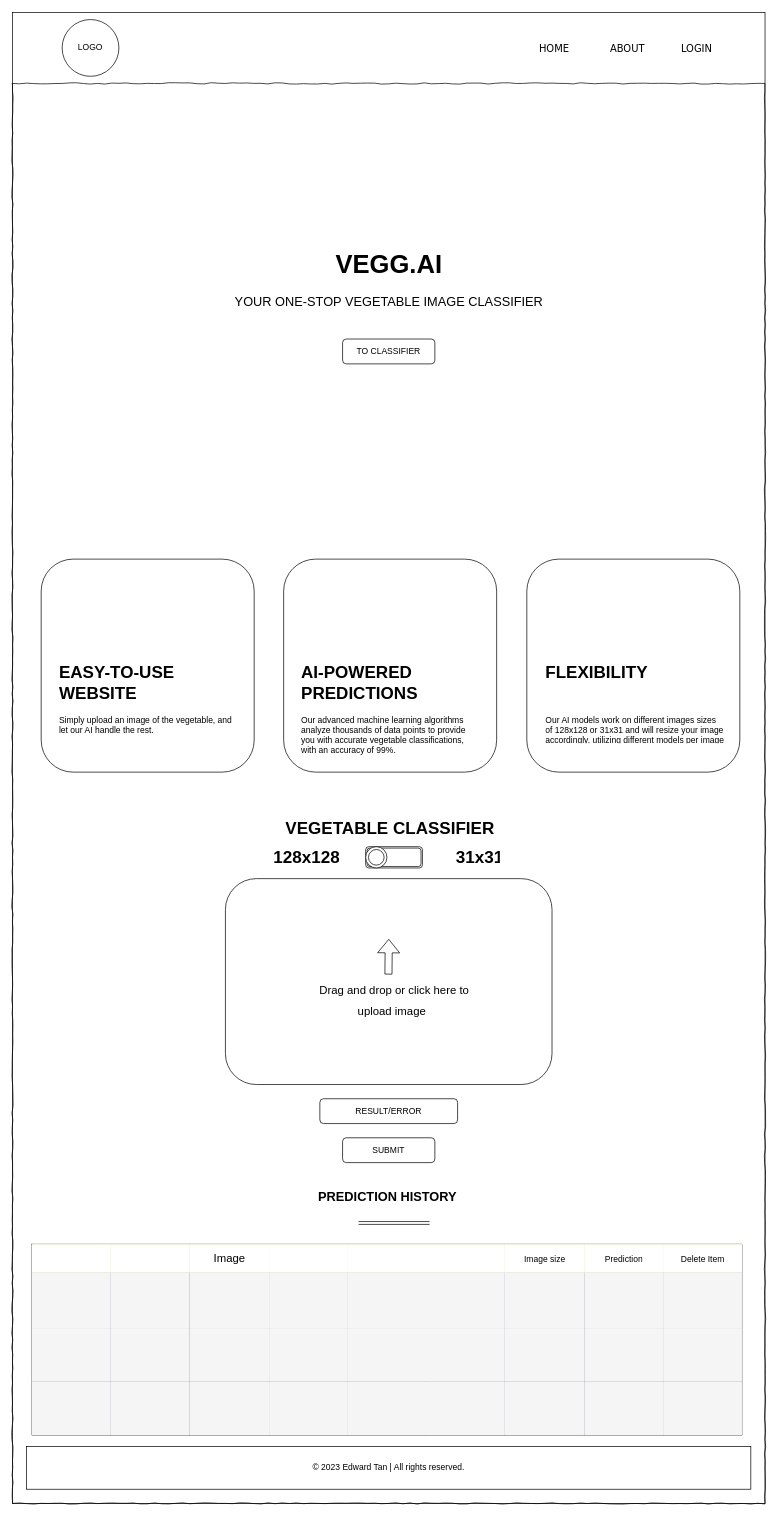
Above: wireframes/2214407_CA2_INDEX.drawio in Edw4rd14/VEGG.AI (draw.io), before the change. Source tidied: cells renumbered, new cells numbered last; positions are measured from the earlier drawing's top-left corner, leaving out a move shared by most shapes. Both pictures are drawn from the tidied source at 71%, with x=0, y=0 at pixel (12, 12).
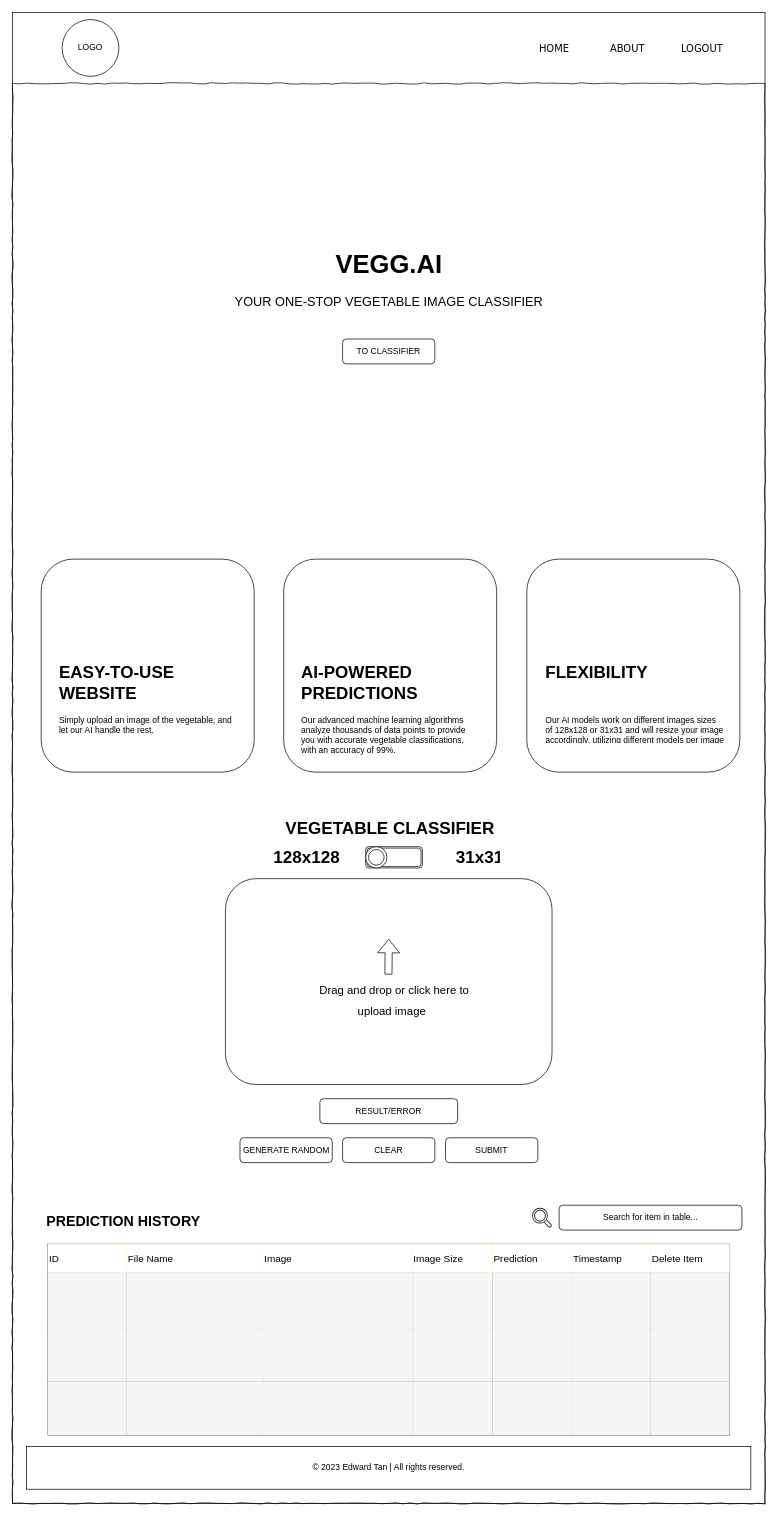
The same diagram, later.

Diff of the diagram source:
```diff
@@
-    <mxCell id="5" value="LOGIN" style="text;html=1;align=left;verticalAlign=top;spacingTop=-4;fontSize=14;fontFamily=Verdana;" parent="1" vertex="1">
+    <mxCell id="5" value="LOGOUT" style="text;html=1;align=left;verticalAlign=top;spacingTop=-4;fontSize=14;fontFamily=Verdana;" parent="1" vertex="1">
       <mxGeometry x="940" y="40" width="60" height="20" as="geometry" />
     </mxCell>
@@
     <mxCell id="9" value="SUBMIT" style="rounded=1;whiteSpace=wrap;html=1;" parent="1" vertex="1">
-      <mxGeometry x="465" y="1585" width="130" height="35" as="geometry" />
+      <mxGeometry x="610" y="1585" width="130" height="35" as="geometry" />
     </mxCell>
@@
-    <mxCell id="16" value="&lt;font style=&quot;font-size: 18px;&quot; face=&quot;Helvetica&quot;&gt;&lt;b&gt;PREDICTION HISTORY&lt;/b&gt;&lt;/font&gt;" style="text;html=1;align=center;verticalAlign=top;spacingTop=-4;fontSize=14;fontFamily=Verdana;" parent="1" vertex="1">
-      <mxGeometry x="432.5" y="1655" width="190" height="20" as="geometry" />
+    <mxCell id="16" value="&lt;font size=&quot;1&quot; style=&quot;&quot; face=&quot;Helvetica&quot;&gt;&lt;b style=&quot;font-size: 20px;&quot;&gt;PREDICTION HISTORY&lt;/b&gt;&lt;/font&gt;" style="text;html=1;align=center;verticalAlign=top;spacingTop=-4;fontSize=18;fontFamily=Verdana;" parent="1" vertex="1">
+      <mxGeometry x="60.5" y="1687.5" width="190" height="20" as="geometry" />
     </mxCell>
-    <mxCell id="17" style="shape=link;html=1;rounded=0;" parent="1" edge="1">
-      <mxGeometry relative="1" as="geometry">
-        <mxPoint x="487.5" y="1705" as="sourcePoint" />
-        <mxPoint x="587.5" y="1705" as="targetPoint" />
-      </mxGeometry>
-    </mxCell>
     <mxCell id="18" style="shape=table;startSize=0;childLayout=tableLayout;fontSize=16;fillColor=#cce5ff;strokeColor=#36393d;" parent="1" vertex="1">
-      <mxGeometry x="27.5" y="1735" width="1000" height="269" as="geometry" />
+      <mxGeometry x="50" y="1735" width="960" height="269" as="geometry" />
     </mxCell>
     <mxCell id="19" style="shape=tableRow;horizontal=0;startSize=0;swimlaneHead=0;swimlaneBody=0;strokeColor=#36393d;top=0;left=0;bottom=0;right=0;fillColor=#cdeb8b;fontSize=16;" parent="18" vertex="1">
-      <mxGeometry width="1000" height="40" as="geometry" />
+      <mxGeometry width="960" height="40" as="geometry" />
     </mxCell>
-    <mxCell id="20" style="shape=partialRectangle;html=1;whiteSpace=wrap;overflow=hidden;top=0;left=0;bottom=0;right=0;fontSize=12;verticalAlign=middle;horizontal=1;labelPosition=center;verticalLabelPosition=middle;align=center;" parent="19" vertex="1">
+    <mxCell id="20" value="ID" style="shape=partialRectangle;html=1;whiteSpace=wrap;overflow=hidden;top=0;left=0;bottom=0;right=0;fontSize=14;verticalAlign=middle;horizontal=1;labelPosition=center;verticalLabelPosition=middle;align=left;" parent="19" vertex="1">
       <mxGeometry width="111" height="40" as="geometry" />
     </mxCell>
-    <mxCell id="21" style="shape=partialRectangle;html=1;whiteSpace=wrap;overflow=hidden;top=0;left=0;bottom=0;right=0;fontSize=16;" parent="19" vertex="1">
-      <mxGeometry x="111" width="111" height="40" as="geometry" />
+    <mxCell id="21" value="File Name" style="shape=partialRectangle;html=1;whiteSpace=wrap;overflow=hidden;top=0;left=0;bottom=0;right=0;fontSize=14;align=left;" parent="19" vertex="1">
+      <mxGeometry x="111" width="192" height="40" as="geometry" />
     </mxCell>
-    <mxCell id="22" value="Image" style="shape=partialRectangle;html=1;whiteSpace=wrap;overflow=hidden;top=0;left=0;bottom=0;right=0;fontSize=16;" parent="19" vertex="1">
-      <mxGeometry x="222" width="112" height="40" as="geometry" />
+    <mxCell id="22" value="Image" style="shape=partialRectangle;html=1;whiteSpace=wrap;overflow=hidden;top=0;left=0;bottom=0;right=0;fontSize=14;align=left;" parent="19" vertex="1">
+      <mxGeometry x="303" width="210" height="40" as="geometry" />
     </mxCell>
-    <mxCell id="23" style="shape=partialRectangle;html=1;whiteSpace=wrap;overflow=hidden;top=0;left=0;bottom=0;right=0;fontSize=16;" parent="19" vertex="1">
-      <mxGeometry x="334" width="111" height="40" as="geometry" />
+    <mxCell id="23" value="Image Size" style="shape=partialRectangle;html=1;whiteSpace=wrap;overflow=hidden;top=0;left=0;bottom=0;right=0;fontSize=14;align=left;" parent="19" vertex="1">
+      <mxGeometry x="513" width="113" height="40" as="geometry" />
     </mxCell>
-    <mxCell id="24" style="shape=partialRectangle;html=1;whiteSpace=wrap;overflow=hidden;top=0;left=0;bottom=0;right=0;fontSize=16;" parent="19" vertex="1">
-      <mxGeometry x="445" width="110" height="40" as="geometry" />
-    </mxCell>
-    <mxCell id="25" style="shape=partialRectangle;html=1;whiteSpace=wrap;overflow=hidden;top=0;left=0;bottom=0;right=0;fontSize=16;" parent="19" vertex="1">
-      <mxGeometry x="555" width="111" height="40" as="geometry" />
-    </mxCell>
-    <mxCell id="26" value="&lt;font style=&quot;font-size: 12px;&quot;&gt;Image size&lt;/font&gt;" style="shape=partialRectangle;html=1;whiteSpace=wrap;overflow=hidden;top=0;left=0;bottom=0;right=0;fontSize=16;" parent="19" vertex="1">
-      <mxGeometry x="666" width="112" height="40" as="geometry" />
+    <mxCell id="26" value="&lt;font style=&quot;font-size: 14px;&quot;&gt;Prediction&lt;/font&gt;" style="shape=partialRectangle;html=1;whiteSpace=wrap;overflow=hidden;top=0;left=0;bottom=0;right=0;fontSize=14;align=left;" parent="19" vertex="1">
+      <mxGeometry x="626" width="112" height="40" as="geometry" />
     </mxCell>
-    <mxCell id="27" value="&lt;font style=&quot;font-size: 12px;&quot;&gt;Prediction&lt;/font&gt;" style="shape=partialRectangle;html=1;whiteSpace=wrap;overflow=hidden;top=0;left=0;bottom=0;right=0;fontSize=16;" parent="19" vertex="1">
-      <mxGeometry x="778" width="111" height="40" as="geometry" />
+    <mxCell id="27" value="&lt;font style=&quot;font-size: 14px;&quot;&gt;Timestamp&lt;/font&gt;" style="shape=partialRectangle;html=1;whiteSpace=wrap;overflow=hidden;top=0;left=0;bottom=0;right=0;fontSize=14;align=left;" parent="19" vertex="1">
+      <mxGeometry x="738" width="111" height="40" as="geometry" />
     </mxCell>
-    <mxCell id="28" value="&lt;font style=&quot;font-size: 12px;&quot;&gt;Delete Item&lt;/font&gt;" style="shape=partialRectangle;html=1;whiteSpace=wrap;overflow=hidden;top=0;left=0;bottom=0;right=0;fontSize=16;" parent="19" vertex="1">
-      <mxGeometry x="889" width="111" height="40" as="geometry" />
+    <mxCell id="28" value="&lt;font style=&quot;font-size: 14px;&quot;&gt;Delete Item&lt;/font&gt;" style="shape=partialRectangle;html=1;whiteSpace=wrap;overflow=hidden;top=0;left=0;bottom=0;right=0;fontSize=14;align=left;" parent="19" vertex="1">
+      <mxGeometry x="849" width="111" height="40" as="geometry" />
     </mxCell>
     <mxCell id="29" style="shape=tableRow;horizontal=0;startSize=0;swimlaneHead=0;swimlaneBody=0;strokeColor=inherit;top=0;left=0;bottom=0;right=0;fillColor=none;fontSize=16;" parent="18" vertex="1">
-      <mxGeometry y="40" width="1000" height="78" as="geometry" />
+      <mxGeometry y="40" width="960" height="78" as="geometry" />
     </mxCell>
@@
     <mxCell id="31" style="shape=partialRectangle;html=1;whiteSpace=wrap;strokeColor=#666666;overflow=hidden;fillColor=#f5f5f5;top=0;left=0;bottom=0;right=0;fontSize=16;fontColor=#333333;" parent="29" vertex="1">
-      <mxGeometry x="111" width="111" height="78" as="geometry" />
+      <mxGeometry x="111" width="192" height="78" as="geometry" />
     </mxCell>
     <mxCell id="32" style="shape=partialRectangle;html=1;whiteSpace=wrap;strokeColor=#666666;overflow=hidden;fillColor=#f5f5f5;top=0;left=0;bottom=0;right=0;fontSize=16;fontColor=#333333;" parent="29" vertex="1">
-      <mxGeometry x="222" width="112" height="78" as="geometry" />
+      <mxGeometry x="303" width="210" height="78" as="geometry" />
     </mxCell>
     <mxCell id="33" style="shape=partialRectangle;html=1;whiteSpace=wrap;strokeColor=#666666;overflow=hidden;fillColor=#f5f5f5;top=0;left=0;bottom=0;right=0;fontSize=16;fontColor=#333333;" parent="29" vertex="1">
-      <mxGeometry x="334" width="111" height="78" as="geometry" />
+      <mxGeometry x="513" width="113" height="78" as="geometry" />
     </mxCell>
-    <mxCell id="34" style="shape=partialRectangle;html=1;whiteSpace=wrap;strokeColor=#666666;overflow=hidden;fillColor=#f5f5f5;top=0;left=0;bottom=0;right=0;fontSize=16;fontColor=#333333;" parent="29" vertex="1">
-      <mxGeometry x="445" width="110" height="78" as="geometry" />
-    </mxCell>
-    <mxCell id="35" style="shape=partialRectangle;html=1;whiteSpace=wrap;strokeColor=#666666;overflow=hidden;fillColor=#f5f5f5;top=0;left=0;bottom=0;right=0;fontSize=16;fontColor=#333333;" parent="29" vertex="1">
-      <mxGeometry x="555" width="111" height="78" as="geometry" />
-    </mxCell>
     <mxCell id="36" style="shape=partialRectangle;html=1;whiteSpace=wrap;strokeColor=#666666;overflow=hidden;fillColor=#f5f5f5;top=0;left=0;bottom=0;right=0;fontSize=16;fontColor=#333333;" parent="29" vertex="1">
-      <mxGeometry x="666" width="112" height="78" as="geometry" />
+      <mxGeometry x="626" width="112" height="78" as="geometry" />
     </mxCell>
     <mxCell id="37" style="shape=partialRectangle;html=1;whiteSpace=wrap;strokeColor=#666666;overflow=hidden;fillColor=#f5f5f5;top=0;left=0;bottom=0;right=0;fontSize=16;fontColor=#333333;" parent="29" vertex="1">
-      <mxGeometry x="778" width="111" height="78" as="geometry" />
+      <mxGeometry x="738" width="111" height="78" as="geometry" />
     </mxCell>
     <mxCell id="38" style="shape=partialRectangle;html=1;whiteSpace=wrap;strokeColor=#666666;overflow=hidden;fillColor=#f5f5f5;top=0;left=0;bottom=0;right=0;fontSize=16;fontColor=#333333;" parent="29" vertex="1">
-      <mxGeometry x="889" width="111" height="78" as="geometry" />
+      <mxGeometry x="849" width="111" height="78" as="geometry" />
     </mxCell>
     <mxCell id="39" style="shape=tableRow;horizontal=0;startSize=0;swimlaneHead=0;swimlaneBody=0;strokeColor=inherit;top=0;left=0;bottom=0;right=0;fillColor=none;fontSize=16;" parent="18" vertex="1">
-      <mxGeometry y="118" width="1000" height="75" as="geometry" />
+      <mxGeometry y="118" width="960" height="75" as="geometry" />
     </mxCell>
@@
     <mxCell id="41" style="shape=partialRectangle;html=1;whiteSpace=wrap;strokeColor=#666666;overflow=hidden;fillColor=#f5f5f5;top=0;left=0;bottom=0;right=0;fontSize=16;fontColor=#333333;" parent="39" vertex="1">
-      <mxGeometry x="111" width="111" height="75" as="geometry" />
+      <mxGeometry x="111" width="192" height="75" as="geometry" />
     </mxCell>
     <mxCell id="42" style="shape=partialRectangle;html=1;whiteSpace=wrap;strokeColor=#666666;overflow=hidden;fillColor=#f5f5f5;top=0;left=0;bottom=0;right=0;fontSize=16;fontColor=#333333;" parent="39" vertex="1">
-      <mxGeometry x="222" width="112" height="75" as="geometry" />
+      <mxGeometry x="303" width="210" height="75" as="geometry" />
     </mxCell>
     <mxCell id="43" style="shape=partialRectangle;html=1;whiteSpace=wrap;strokeColor=#666666;overflow=hidden;fillColor=#f5f5f5;top=0;left=0;bottom=0;right=0;fontSize=16;fontColor=#333333;" parent="39" vertex="1">
-      <mxGeometry x="334" width="111" height="75" as="geometry" />
+      <mxGeometry x="513" width="113" height="75" as="geometry" />
     </mxCell>
-    <mxCell id="44" style="shape=partialRectangle;html=1;whiteSpace=wrap;strokeColor=#666666;overflow=hidden;fillColor=#f5f5f5;top=0;left=0;bottom=0;right=0;fontSize=16;fontColor=#333333;" parent="39" vertex="1">
-      <mxGeometry x="445" width="110" height="75" as="geometry" />
-    </mxCell>
-    <mxCell id="45" style="shape=partialRectangle;html=1;whiteSpace=wrap;strokeColor=#666666;overflow=hidden;fillColor=#f5f5f5;top=0;left=0;bottom=0;right=0;fontSize=16;fontColor=#333333;" parent="39" vertex="1">
-      <mxGeometry x="555" width="111" height="75" as="geometry" />
-    </mxCell>
     <mxCell id="46" style="shape=partialRectangle;html=1;whiteSpace=wrap;strokeColor=#666666;overflow=hidden;fillColor=#f5f5f5;top=0;left=0;bottom=0;right=0;fontSize=16;fontColor=#333333;" parent="39" vertex="1">
-      <mxGeometry x="666" width="112" height="75" as="geometry" />
+      <mxGeometry x="626" width="112" height="75" as="geometry" />
     </mxCell>
     <mxCell id="47" style="shape=partialRectangle;html=1;whiteSpace=wrap;strokeColor=#666666;overflow=hidden;fillColor=#f5f5f5;top=0;left=0;bottom=0;right=0;fontSize=16;fontColor=#333333;" parent="39" vertex="1">
-      <mxGeometry x="778" width="111" height="75" as="geometry" />
+      <mxGeometry x="738" width="111" height="75" as="geometry" />
     </mxCell>
     <mxCell id="48" style="shape=partialRectangle;html=1;whiteSpace=wrap;strokeColor=#666666;overflow=hidden;fillColor=#f5f5f5;top=0;left=0;bottom=0;right=0;fontSize=16;fontColor=#333333;" parent="39" vertex="1">
-      <mxGeometry x="889" width="111" height="75" as="geometry" />
+      <mxGeometry x="849" width="111" height="75" as="geometry" />
     </mxCell>
     <mxCell id="49" style="shape=tableRow;horizontal=0;startSize=0;swimlaneHead=0;swimlaneBody=0;strokeColor=inherit;top=0;left=0;bottom=0;right=0;fillColor=none;fontSize=16;" parent="18" vertex="1">
-      <mxGeometry y="193" width="1000" height="76" as="geometry" />
+      <mxGeometry y="193" width="960" height="76" as="geometry" />
     </mxCell>
@@
     <mxCell id="51" style="shape=partialRectangle;html=1;whiteSpace=wrap;strokeColor=#666666;overflow=hidden;fillColor=#f5f5f5;top=0;left=0;bottom=0;right=0;fontSize=16;fontColor=#333333;" parent="49" vertex="1">
-      <mxGeometry x="111" width="111" height="76" as="geometry" />
+      <mxGeometry x="111" width="192" height="76" as="geometry" />
     </mxCell>
     <mxCell id="52" style="shape=partialRectangle;html=1;whiteSpace=wrap;strokeColor=#666666;overflow=hidden;fillColor=#f5f5f5;top=0;left=0;bottom=0;right=0;fontSize=16;fontColor=#333333;" parent="49" vertex="1">
-      <mxGeometry x="222" width="112" height="76" as="geometry" />
+      <mxGeometry x="303" width="210" height="76" as="geometry" />
     </mxCell>
     <mxCell id="53" style="shape=partialRectangle;html=1;whiteSpace=wrap;strokeColor=#666666;overflow=hidden;fillColor=#f5f5f5;top=0;left=0;bottom=0;right=0;fontSize=16;fontColor=#333333;" parent="49" vertex="1">
-      <mxGeometry x="334" width="111" height="76" as="geometry" />
+      <mxGeometry x="513" width="113" height="76" as="geometry" />
     </mxCell>
-    <mxCell id="54" style="shape=partialRectangle;html=1;whiteSpace=wrap;strokeColor=#666666;overflow=hidden;fillColor=#f5f5f5;top=0;left=0;bottom=0;right=0;fontSize=16;fontColor=#333333;" parent="49" vertex="1">
-      <mxGeometry x="445" width="110" height="76" as="geometry" />
-    </mxCell>
-    <mxCell id="55" style="shape=partialRectangle;html=1;whiteSpace=wrap;overflow=hidden;top=0;left=0;bottom=0;right=0;fontSize=16;fillColor=#f5f5f5;fontColor=#333333;strokeColor=#666666;" parent="49" vertex="1">
-      <mxGeometry x="555" width="111" height="76" as="geometry" />
-    </mxCell>
     <mxCell id="56" style="shape=partialRectangle;html=1;whiteSpace=wrap;overflow=hidden;top=0;left=0;bottom=0;right=0;fontSize=16;fillColor=#f5f5f5;fontColor=#333333;strokeColor=#666666;" parent="49" vertex="1">
-      <mxGeometry x="666" width="112" height="76" as="geometry" />
+      <mxGeometry x="626" width="112" height="76" as="geometry" />
     </mxCell>
     <mxCell id="57" style="shape=partialRectangle;html=1;whiteSpace=wrap;overflow=hidden;top=0;left=0;bottom=0;right=0;fontSize=16;fillColor=#f5f5f5;fontColor=#333333;strokeColor=#666666;" parent="49" vertex="1">
-      <mxGeometry x="778" width="111" height="76" as="geometry" />
+      <mxGeometry x="738" width="111" height="76" as="geometry" />
     </mxCell>
     <mxCell id="58" style="shape=partialRectangle;html=1;whiteSpace=wrap;overflow=hidden;top=0;left=0;bottom=0;right=0;fontSize=16;fillColor=#f5f5f5;fontColor=#333333;strokeColor=#666666;" parent="49" vertex="1">
-      <mxGeometry x="889" width="111" height="76" as="geometry" />
+      <mxGeometry x="849" width="111" height="76" as="geometry" />
     </mxCell>
@@
+    <mxCell id="71" value="CLEAR" style="rounded=1;whiteSpace=wrap;html=1;" parent="1" vertex="1">
+      <mxGeometry x="465" y="1585" width="130" height="35" as="geometry" />
+    </mxCell>
+    <mxCell id="72" value="GENERATE RANDOM" style="rounded=1;whiteSpace=wrap;html=1;" parent="1" vertex="1">
+      <mxGeometry x="320.5" y="1585" width="130" height="35" as="geometry" />
+    </mxCell>
+    <mxCell id="73" value="Search for item in table..." style="rounded=1;whiteSpace=wrap;html=1;" parent="1" vertex="1">
+      <mxGeometry x="770" y="1680" width="257.5" height="35" as="geometry" />
+    </mxCell>
+    <mxCell id="74" style="sketch=0;fontColor=#232F3E;gradientColor=none;fillColor=#232F3D;strokeColor=none;dashed=0;verticalLabelPosition=bottom;verticalAlign=top;align=center;html=1;fontSize=12;fontStyle=0;shape=mxgraph.aws4.magnifying_glass_2;" parent="1" vertex="1">
+      <mxGeometry x="732" y="1683.5" width="28" height="28" as="geometry" />
+    </mxCell>
```
